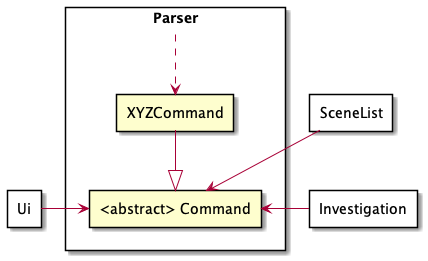
Above: docs/ParserClassDiagram.png in peng-217/tp (PlantUML), before the change.
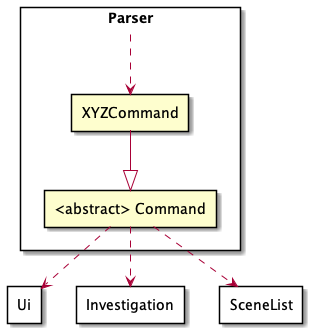
The same file after the commit.

Commit message:
Update parser class diagram

What changed in the source:
```diff
@@ -17,8 +17,8 @@
 
 Parser .down.> xyzCommand
 xyzCommand -down-|> command
-Ui -> command
-Investigation -> command
-SceneList --> command
+command ..> Ui
+command ..> Investigation
+command ..> SceneList
 
 @enduml
```
